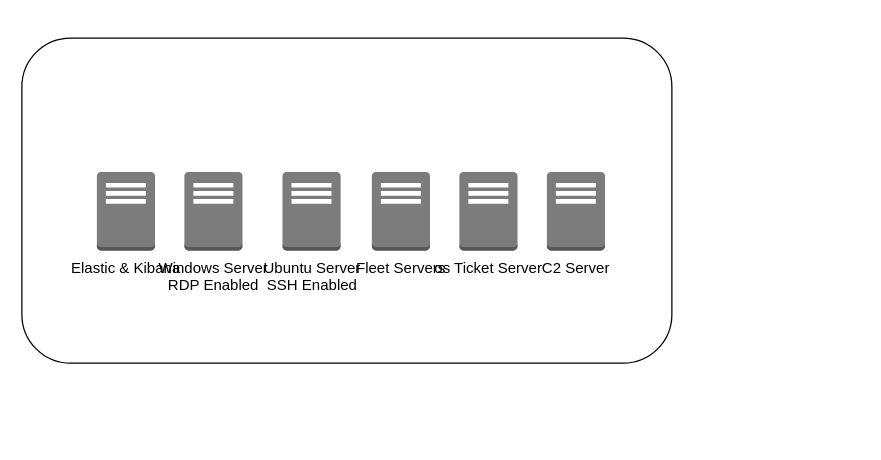
Earlier version of the draw.io diagram 30Day-MyDFIR-Diagram.drawio (GusGomez767/Draw.IOs). Source tidied: cells renumbered, new cells numbered last; positions are measured from the earlier drawing's top-left corner, leaving out a move shared by most shapes. Both pictures are drawn from the tidied source at 125%, with x=0, y=0 at pixel (21, 38).
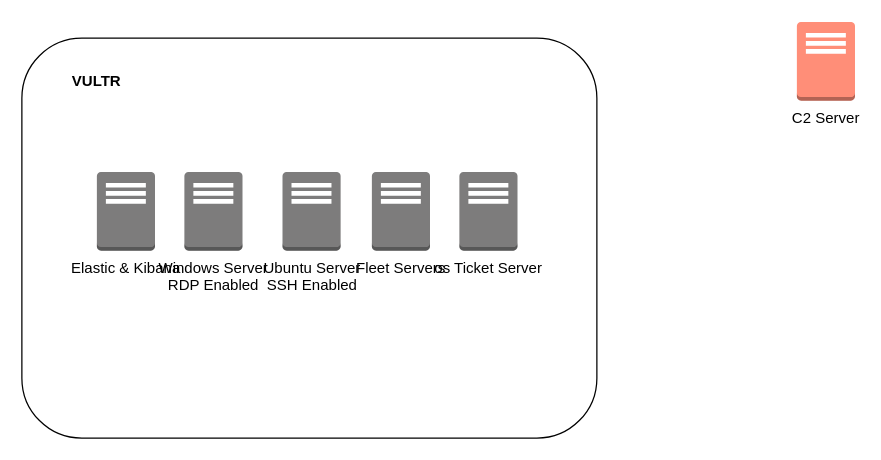
The same page after the edit.

Diff of the diagram source:
```diff
@@
 <mxGraphModel>
   <root>
     <mxCell id="0" />
     <mxCell id="1" parent="0" />
     <mxCell id="2" style="rounded=1;whiteSpace=wrap;html=1;" parent="1" vertex="1">
-      <mxGeometry width="520" height="260" as="geometry" />
+      <mxGeometry width="460" height="320" as="geometry" />
     </mxCell>
     <mxCell id="3" value="Fleet Servers" style="dashed=0;verticalLabelPosition=bottom;verticalAlign=top;align=center;html=1;shape=mxgraph.aws3.traditional_server;fillColor=#7D7C7C;gradientColor=none;" parent="1" vertex="1">
       <mxGeometry x="280" y="107" width="46.5" height="63" as="geometry" />
     </mxCell>
     <mxCell id="4" value="Ubuntu Server&lt;div&gt;SSH Enabled&lt;/div&gt;" style="dashed=0;verticalLabelPosition=bottom;verticalAlign=top;align=center;html=1;shape=mxgraph.aws3.traditional_server;fillColor=#7D7C7C;gradientColor=none;" parent="1" vertex="1">
       <mxGeometry x="208.5" y="107" width="46.5" height="63" as="geometry" />
     </mxCell>
     <mxCell id="5" value="Windows Server&lt;div&gt;&lt;span style=&quot;background-color: initial;&quot;&gt;RDP Enabled&lt;/span&gt;&lt;/div&gt;" style="dashed=0;verticalLabelPosition=bottom;verticalAlign=top;align=center;html=1;shape=mxgraph.aws3.traditional_server;fillColor=#7D7C7C;gradientColor=none;" parent="1" vertex="1">
       <mxGeometry x="130" y="107" width="46.5" height="63" as="geometry" />
     </mxCell>
     <mxCell id="6" value="Elastic &amp;amp; Kibana" style="dashed=0;verticalLabelPosition=bottom;verticalAlign=top;align=center;html=1;shape=mxgraph.aws3.traditional_server;fillColor=#7D7C7C;gradientColor=none;" parent="1" vertex="1">
       <mxGeometry x="60" y="107" width="46.5" height="63" as="geometry" />
     </mxCell>
     <mxCell id="7" value="os Ticket Server" style="dashed=0;verticalLabelPosition=bottom;verticalAlign=top;align=center;html=1;shape=mxgraph.aws3.traditional_server;fillColor=#7D7C7C;gradientColor=none;" parent="1" vertex="1">
       <mxGeometry x="350" y="107" width="46.5" height="63" as="geometry" />
     </mxCell>
-    <mxCell id="8" value="C2 Server" style="dashed=0;verticalLabelPosition=bottom;verticalAlign=top;align=center;html=1;shape=mxgraph.aws3.traditional_server;fillColor=#7D7C7C;gradientColor=none;" parent="1" vertex="1">
-      <mxGeometry x="420" y="107" width="46.5" height="63" as="geometry" />
+    <mxCell id="8" value="C2 Server" style="dashed=0;verticalLabelPosition=bottom;verticalAlign=top;align=center;html=1;shape=mxgraph.aws3.traditional_server;fillColor=#FF8E78;strokeColor=#d79b00;" parent="1" vertex="1">
+      <mxGeometry x="620" y="-13" width="46.5" height="63" as="geometry" />
     </mxCell>
+    <mxCell id="9" value="VULTR" style="text;html=1;align=center;verticalAlign=middle;whiteSpace=wrap;rounded=0;fontStyle=1;" parent="1" vertex="1">
+      <mxGeometry x="30" y="20" width="60" height="30" as="geometry" />
+    </mxCell>
   </root>
 </mxGraphModel>
```
